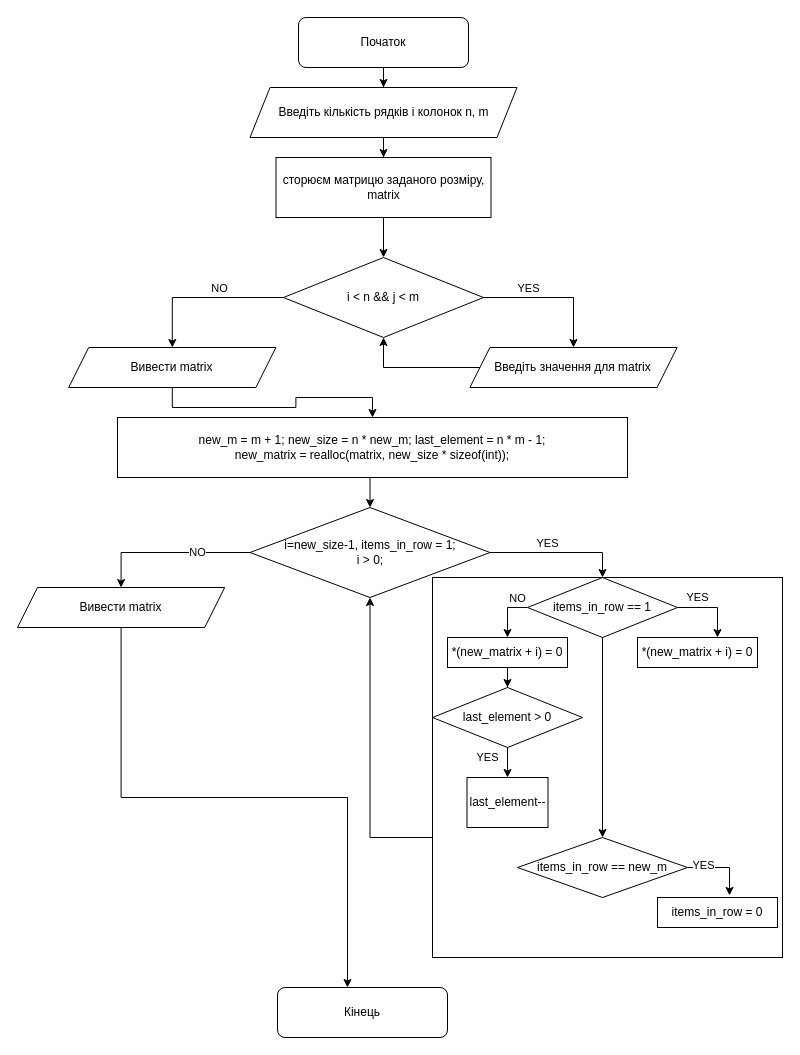
Above: page "add_column" (3 of 3) of c_language/block-schemes.drawio in Gera3dartist/3PI-03 (draw.io), before the change. Source tidied: cells renumbered, new cells numbered last; positions are measured from the earlier drawing's top-left corner, leaving out a move shared by most shapes. Both pictures are drawn from the tidied source at 100%, with x=0, y=0 at pixel (17, 17).
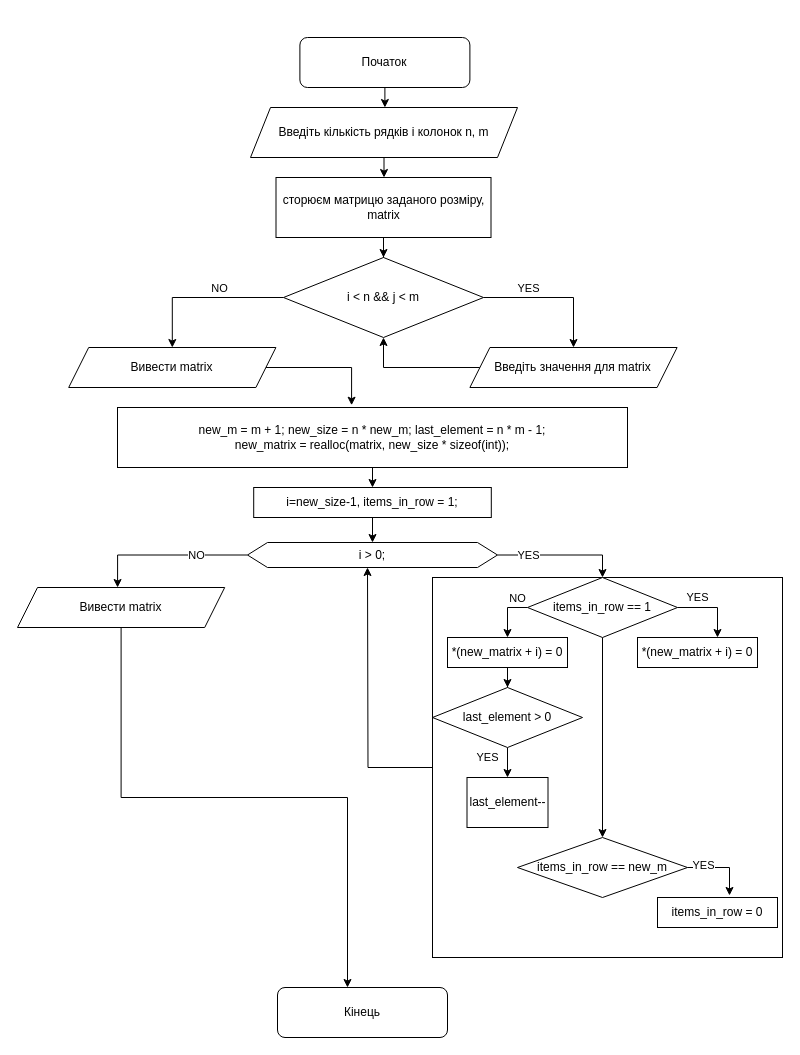
The same diagram, later.

Unchanged cells that the change refers to:
```xml
<mxCell id="3" style="rounded=0;whiteSpace=wrap;html=1;" parent="1" vertex="1">
  <mxGeometry x="415" y="560" width="350" height="380" as="geometry" />
</mxCell>
<mxCell id="24" value="Вивести matrix" style="shape=parallelogram;perimeter=parallelogramPerimeter;whiteSpace=wrap;html=1;fixedSize=1;" parent="1" vertex="1">
  <mxGeometry x="51.2" y="330" width="207.2" height="40" as="geometry" />
</mxCell>
<mxCell id="31" value="items_in_row == 1" style="rhombus;whiteSpace=wrap;html=1;" parent="1" vertex="1">
  <mxGeometry x="510" y="560" width="150" height="60" as="geometry" />
</mxCell>
<mxCell id="43" value="Вивести matrix" style="shape=parallelogram;perimeter=parallelogramPerimeter;whiteSpace=wrap;html=1;fixedSize=1;" parent="1" vertex="1">
  <mxGeometry y="570" width="207.2" height="40" as="geometry" />
</mxCell>
```

What changed in the source:
```diff
@@
-    <mxCell id="2" style="edgeStyle=orthogonalEdgeStyle;rounded=0;jettySize=auto;html=1;entryX=0.5;entryY=1;entryDx=0;entryDy=0;" parent="1" edge="1" source="3" target="16">
-      <mxGeometry relative="1" as="geometry">
-        <Array as="points">
-          <mxPoint x="353" y="820" />
-        </Array>
-      </mxGeometry>
-    </mxCell>
+    <mxCell id="44" style="edgeStyle=orthogonalEdgeStyle;rounded=0;jettySize=auto;html=1;" parent="1" edge="1" source="3">
+      <mxGeometry relative="1" as="geometry">
+        <mxPoint x="350" y="550" as="targetPoint" />
+      </mxGeometry>
+    </mxCell>
@@
     <mxCell id="5" value="Початок" style="rounded=1;whiteSpace=wrap;html=1;" parent="1" vertex="1">
-      <mxGeometry x="281" width="170" height="50" as="geometry" />
+      <mxGeometry x="282.4" y="20" width="170" height="50" as="geometry" />
     </mxCell>
@@
     <mxCell id="7" value="Введіть кількість рядків і колонок n, m" style="shape=parallelogram;perimeter=parallelogramPerimeter;whiteSpace=wrap;html=1;fixedSize=1;" parent="1" vertex="1">
-      <mxGeometry x="232.5" y="70" width="267" height="50" as="geometry" />
+      <mxGeometry x="233" y="90" width="267" height="50" as="geometry" />
     </mxCell>
     <mxCell id="8" value="сторюєм матрицю заданого розміру, matrix" style="rounded=0;whiteSpace=wrap;html=1;" parent="1" vertex="1">
-      <mxGeometry x="258.5" y="140" width="215" height="60" as="geometry" />
+      <mxGeometry x="258.5" y="160" width="215" height="60" as="geometry" />
     </mxCell>
@@
-    <mxCell id="12" style="edgeStyle=orthogonalEdgeStyle;rounded=0;jettySize=auto;html=1;entryX=0.5;entryY=0;entryDx=0;entryDy=0;exitX=1;exitY=0.5;exitDx=0;exitDy=0;" parent="1" edge="1" source="16">
-      <mxGeometry relative="1" as="geometry">
-        <mxPoint x="585" y="560" as="targetPoint" />
-        <Array as="points">
-          <mxPoint x="585" y="535" />
-        </Array>
-      </mxGeometry>
-    </mxCell>
-    <mxCell id="13" value="YES" style="edgeLabel;html=1;align=center;verticalAlign=middle;" parent="12" vertex="1">
-      <mxGeometry x="-0.17" y="2" relative="1" as="geometry">
-        <mxPoint y="-8" as="offset" />
-      </mxGeometry>
-    </mxCell>
-    <mxCell id="14" style="edgeStyle=orthogonalEdgeStyle;rounded=0;jettySize=auto;html=1;entryX=0.5;entryY=0;entryDx=0;entryDy=0;" parent="1" edge="1" source="16" target="43">
-      <mxGeometry relative="1" as="geometry" />
-    </mxCell>
-    <mxCell id="15" value="NO" style="edgeLabel;html=1;align=center;verticalAlign=middle;" parent="14" vertex="1">
-      <mxGeometry x="-0.35" y="-1" relative="1" as="geometry" />
-    </mxCell>
-    <mxCell id="16" value="i=new_size-1, items_in_row = 1; &lt;br&gt;i &amp;gt; 0;" style="rhombus;whiteSpace=wrap;html=1;" parent="1" vertex="1">
-      <mxGeometry x="232.5" y="490" width="240" height="90" as="geometry" />
-    </mxCell>
@@
-    <mxCell id="23" style="edgeStyle=orthogonalEdgeStyle;rounded=0;jettySize=auto;html=1;exitX=0.5;exitY=1;exitDx=0;exitDy=0;entryX=0.5;entryY=0;entryDx=0;entryDy=0;" parent="1" edge="1" source="24" target="26">
-      <mxGeometry relative="1" as="geometry" />
+    <mxCell id="23" style="edgeStyle=orthogonalEdgeStyle;rounded=0;jettySize=auto;html=1;entryX=0.459;entryY=-0.038;entryDx=0;entryDy=0;entryPerimeter=0;exitX=1;exitY=0.5;exitDx=0;exitDy=0;" parent="1" edge="1" source="24" target="26">
+      <mxGeometry relative="1" as="geometry">
+        <Array as="points">
+          <mxPoint x="334" y="350" />
+        </Array>
+      </mxGeometry>
     </mxCell>
@@
-    <mxCell id="25" style="edgeStyle=orthogonalEdgeStyle;rounded=0;jettySize=auto;html=1;exitX=0.5;exitY=1;exitDx=0;exitDy=0;entryX=0.5;entryY=0;entryDx=0;entryDy=0;" parent="1" edge="1" source="26" target="16">
+    <mxCell id="25" style="edgeStyle=orthogonalEdgeStyle;rounded=0;jettySize=auto;html=1;exitX=0.5;exitY=1;exitDx=0;exitDy=0;entryX=0.5;entryY=0;entryDx=0;entryDy=0;" parent="1" edge="1" source="26" target="49">
       <mxGeometry relative="1" as="geometry" />
     </mxCell>
     <mxCell id="26" value="new_m = m + 1; new_size = n * new_m; last_element = n * m - 1;&lt;br&gt;new_matrix = realloc(matrix, new_size * sizeof(int));" style="rounded=0;whiteSpace=wrap;html=1;" parent="1" vertex="1">
-      <mxGeometry x="100" y="400" width="510" height="60" as="geometry" />
+      <mxGeometry x="100" y="390" width="510" height="60" as="geometry" />
     </mxCell>
@@
+    <mxCell id="45" style="edgeStyle=orthogonalEdgeStyle;rounded=0;jettySize=auto;html=1;entryX=0.5;entryY=0;entryDx=0;entryDy=0;" parent="1" edge="1" source="47" target="31">
+      <mxGeometry relative="1" as="geometry" />
+    </mxCell>
+    <mxCell id="13" value="YES" style="edgeLabel;html=1;align=center;verticalAlign=middle;" parent="45" vertex="1">
+      <mxGeometry x="-0.53" relative="1" as="geometry" />
+    </mxCell>
+    <mxCell id="46" style="edgeStyle=orthogonalEdgeStyle;rounded=0;jettySize=auto;html=1;entryX=0.483;entryY=0;entryDx=0;entryDy=0;entryPerimeter=0;" parent="1" edge="1" source="47" target="43">
+      <mxGeometry relative="1" as="geometry" />
+    </mxCell>
+    <mxCell id="15" value="NO" style="edgeLabel;html=1;align=center;verticalAlign=middle;" parent="46" vertex="1">
+      <mxGeometry x="-0.36" relative="1" as="geometry" />
+    </mxCell>
+    <mxCell id="47" value="i &amp;gt; 0;" style="shape=hexagon;perimeter=hexagonPerimeter2;whiteSpace=wrap;html=1;fixedSize=1;" parent="1" vertex="1">
+      <mxGeometry x="230" y="525" width="250" height="25" as="geometry" />
+    </mxCell>
+    <mxCell id="48" style="edgeStyle=orthogonalEdgeStyle;rounded=0;jettySize=auto;html=1;" parent="1" edge="1" source="49" target="47">
+      <mxGeometry relative="1" as="geometry" />
+    </mxCell>
+    <mxCell id="49" value="i=new_size-1, items_in_row = 1; " style="rounded=0;whiteSpace=wrap;html=1;" parent="1" vertex="1">
+      <mxGeometry x="236.2" y="470" width="237.6" height="30" as="geometry" />
+    </mxCell>
```
